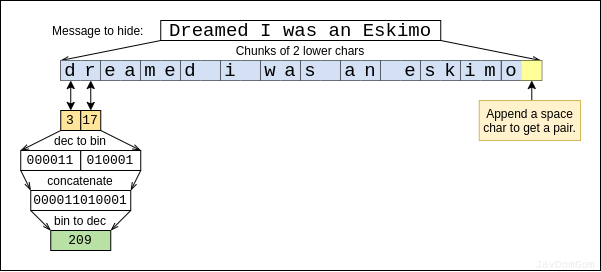
This is img/algorithm_encode_01.png from JavDomGom/ste-go-twitter, a draw.io export, as it was before one commit. Source tidied: cells renumbered, new cells last; positions are measured from the earlier drawing's top-left corner, leaving out a move shared by most shapes.
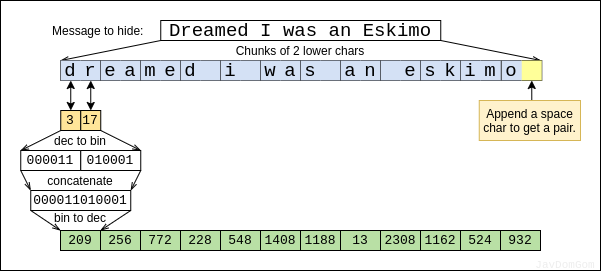
After the commit.

Diff of the diagram source:
```diff
@@ -169,26 +169,59 @@
     <mxCell id="56" style="endArrow=none;html=1;fontFamily=Courier New;fontSize=8;exitX=1;exitY=0;exitDx=0;exitDy=0;entryX=1;entryY=1;entryDx=0;entryDy=0;startArrow=openThin;startFill=0;" parent="1" edge="1" source="53" target="44">
       <mxGeometry relative="1" as="geometry" />
     </mxCell>
-    <mxCell id="57" value="209" style="text;align=center;verticalAlign=middle;rounded=0;fontFamily=Courier New;fontSize=13;fontStyle=0;whiteSpace=wrap;html=1;strokeColor=#000000;fillColor=#B9E0A5;" parent="1" vertex="1">
-      <mxGeometry x="50.2" y="230" width="60" height="20" as="geometry" />
+    <mxCell id="57" style="endArrow=none;html=1;fontFamily=Courier New;fontSize=8;entryX=0;entryY=1;entryDx=0;entryDy=0;exitX=0;exitY=0;exitDx=0;exitDy=0;startArrow=openThin;startFill=0;" parent="1" edge="1" source="63" target="53">
+      <mxGeometry relative="1" as="geometry" />
     </mxCell>
-    <mxCell id="58" style="endArrow=none;html=1;fontFamily=Courier New;fontSize=8;entryX=0;entryY=1;entryDx=0;entryDy=0;exitX=0;exitY=0;exitDx=0;exitDy=0;startArrow=openThin;startFill=0;" parent="1" edge="1" source="57" target="53">
+    <mxCell id="58" style="endArrow=none;html=1;fontFamily=Courier New;fontSize=8;exitX=0;exitY=0;exitDx=0;exitDy=0;entryX=1;entryY=1;entryDx=0;entryDy=0;startArrow=openThin;startFill=0;" parent="1" edge="1" source="64" target="53">
       <mxGeometry relative="1" as="geometry" />
     </mxCell>
-    <mxCell id="59" style="endArrow=none;html=1;fontFamily=Courier New;fontSize=8;exitX=1;exitY=0;exitDx=0;exitDy=0;entryX=1;entryY=1;entryDx=0;entryDy=0;startArrow=openThin;startFill=0;" parent="1" edge="1" source="57" target="53">
-      <mxGeometry relative="1" as="geometry" />
+    <mxCell id="59" value="bin to dec" style="text;html=1;strokeColor=none;fillColor=none;align=center;verticalAlign=middle;whiteSpace=wrap;rounded=0;" parent="1" vertex="1">
+      <mxGeometry x="44.2" y="207" width="72" height="20" as="geometry" />
     </mxCell>
-    <mxCell id="60" value="bin to dec" style="text;html=1;strokeColor=none;fillColor=none;align=center;verticalAlign=middle;whiteSpace=wrap;rounded=0;" parent="1" vertex="1">
-      <mxGeometry x="44.2" y="210" width="72" height="20" as="geometry" />
+    <mxCell id="60" style="edgeStyle=orthogonalEdgeStyle;rounded=0;jettySize=auto;html=1;exitX=0.5;exitY=0;exitDx=0;exitDy=0;entryX=0.5;entryY=1;entryDx=0;entryDy=0;startArrow=none;startFill=0;fontFamily=Courier New;fontSize=8;" parent="1" edge="1" source="61" target="52">
+      <mxGeometry relative="1" as="geometry" />
     </mxCell>
-    <mxCell id="61" style="edgeStyle=orthogonalEdgeStyle;rounded=0;jettySize=auto;html=1;exitX=0.5;exitY=0;exitDx=0;exitDy=0;entryX=0.5;entryY=1;entryDx=0;entryDy=0;startArrow=none;startFill=0;fontFamily=Courier New;fontSize=8;" parent="1" edge="1" source="62" target="52">
-      <mxGeometry relative="1" as="geometry" />
+    <mxCell id="61" value="&lt;span style=&quot;font-family: &amp;#34;helvetica&amp;#34; ; font-size: 12px&quot;&gt;Append a space char to get a pair.&lt;/span&gt;" style="rounded=0;whiteSpace=wrap;html=1;strokeColor=#d6b656;fillColor=#fff2cc;fontFamily=Courier New;fontSize=8;align=center;" parent="1" vertex="1">
+      <mxGeometry x="478.8" y="100" width="101.2" height="40" as="geometry" />
     </mxCell>
-    <mxCell id="62" value="&lt;span style=&quot;font-family: &amp;#34;helvetica&amp;#34; ; font-size: 12px&quot;&gt;Append a space char to get a pair.&lt;/span&gt;" style="rounded=0;whiteSpace=wrap;html=1;strokeColor=#d6b656;fillColor=#fff2cc;fontFamily=Courier New;fontSize=8;align=center;" parent="1" vertex="1">
-      <mxGeometry x="478.8" y="100" width="101.2" height="40" as="geometry" />
+    <mxCell id="62" value="JavDomGom" style="text;html=1;strokeColor=none;fillColor=none;align=center;verticalAlign=middle;whiteSpace=wrap;rounded=0;fontFamily=Courier New;fontSize=11;glass=0;shadow=0;labelBorderColor=none;labelBackgroundColor=none;fontColor=#EDEDED;" parent="1" vertex="1">
+      <mxGeometry x="530" y="260" width="70" height="10" as="geometry" />
     </mxCell>
-    <mxCell id="63" value="JavDomGom" style="text;html=1;strokeColor=none;fillColor=none;align=center;verticalAlign=middle;whiteSpace=wrap;rounded=0;fontFamily=Courier New;fontSize=11;glass=0;shadow=0;labelBorderColor=none;labelBackgroundColor=none;fontColor=#EDEDED;" parent="1" vertex="1">
-      <mxGeometry x="530" y="260" width="70" height="10" as="geometry" />
+    <mxCell id="63" value="209" style="rounded=0;whiteSpace=wrap;html=1;strokeColor=#000000;fontFamily=Courier New;fontSize=13;align=center;fillColor=#B9E0A5;" parent="1" vertex="1">
+      <mxGeometry x="60" y="230" width="40" height="20" as="geometry" />
     </mxCell>
+    <mxCell id="64" value="256" style="rounded=0;whiteSpace=wrap;html=1;strokeColor=#000000;fontFamily=Courier New;fontSize=13;align=center;fillColor=#B9E0A5;" parent="1" vertex="1">
+      <mxGeometry x="100" y="230" width="40" height="20" as="geometry" />
+    </mxCell>
+    <mxCell id="65" value="772" style="rounded=0;whiteSpace=wrap;html=1;strokeColor=#000000;fontFamily=Courier New;fontSize=13;align=center;fillColor=#B9E0A5;" parent="1" vertex="1">
+      <mxGeometry x="140" y="230" width="40" height="20" as="geometry" />
+    </mxCell>
+    <mxCell id="66" value="228" style="rounded=0;whiteSpace=wrap;html=1;strokeColor=#000000;fontFamily=Courier New;fontSize=13;align=center;fillColor=#B9E0A5;" parent="1" vertex="1">
+      <mxGeometry x="180" y="230" width="40" height="20" as="geometry" />
+    </mxCell>
+    <mxCell id="67" value="548" style="rounded=0;whiteSpace=wrap;html=1;strokeColor=#000000;fontFamily=Courier New;fontSize=13;align=center;fillColor=#B9E0A5;" parent="1" vertex="1">
+      <mxGeometry x="220" y="230" width="40" height="20" as="geometry" />
+    </mxCell>
+    <mxCell id="68" value="1408" style="rounded=0;whiteSpace=wrap;html=1;strokeColor=#000000;fontFamily=Courier New;fontSize=13;align=center;fillColor=#B9E0A5;" parent="1" vertex="1">
+      <mxGeometry x="260" y="230" width="40" height="20" as="geometry" />
+    </mxCell>
+    <mxCell id="69" value="1188" style="rounded=0;whiteSpace=wrap;html=1;strokeColor=#000000;fontFamily=Courier New;fontSize=13;align=center;fillColor=#B9E0A5;" parent="1" vertex="1">
+      <mxGeometry x="300" y="230" width="40" height="20" as="geometry" />
+    </mxCell>
+    <mxCell id="70" value="13" style="rounded=0;whiteSpace=wrap;html=1;strokeColor=#000000;fontFamily=Courier New;fontSize=13;align=center;fillColor=#B9E0A5;" parent="1" vertex="1">
+      <mxGeometry x="340" y="230" width="40" height="20" as="geometry" />
+    </mxCell>
+    <mxCell id="71" value="2308" style="rounded=0;whiteSpace=wrap;html=1;strokeColor=#000000;fontFamily=Courier New;fontSize=13;align=center;fillColor=#B9E0A5;" parent="1" vertex="1">
+      <mxGeometry x="380" y="230" width="40" height="20" as="geometry" />
+    </mxCell>
+    <mxCell id="72" value="1162" style="rounded=0;whiteSpace=wrap;html=1;strokeColor=#000000;fontFamily=Courier New;fontSize=13;align=center;fillColor=#B9E0A5;" parent="1" vertex="1">
+      <mxGeometry x="420" y="230" width="40" height="20" as="geometry" />
+    </mxCell>
+    <mxCell id="73" value="524" style="rounded=0;whiteSpace=wrap;html=1;strokeColor=#000000;fontFamily=Courier New;fontSize=13;align=center;fillColor=#B9E0A5;" parent="1" vertex="1">
+      <mxGeometry x="460" y="230" width="40" height="20" as="geometry" />
+    </mxCell>
+    <mxCell id="74" value="932" style="rounded=0;whiteSpace=wrap;html=1;strokeColor=#000000;fontFamily=Courier New;fontSize=13;align=center;fillColor=#B9E0A5;" parent="1" vertex="1">
+      <mxGeometry x="500" y="230" width="40" height="20" as="geometry" />
+    </mxCell>
   </root>
 </mxGraphModel>
```
